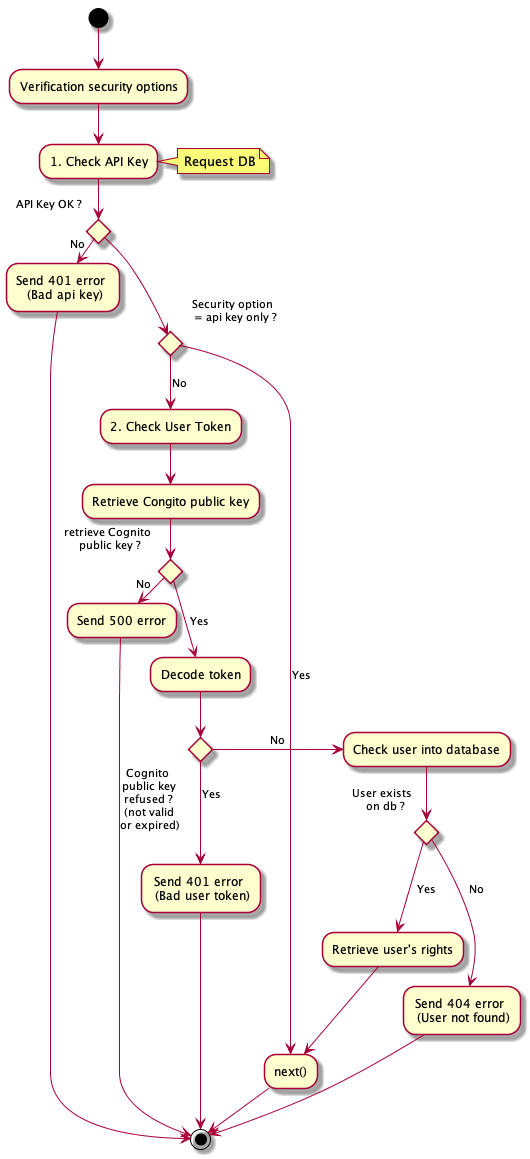
The PlantUML diagram 02.byd-Platform/7.TechnicalDocumentation/auth-guard/activity.png in cogirep/documentation, before a commit. Its diagram source:
```plantuml
@startuml


(*) --> Verification security options
  --> "1. Check API Key"
  note right
    Request DB
  end note

  if "API Key OK ?" then
    ->[No] Send 401 error \n (Bad api key)
    -> (*)
  else

    if "Security option \n = api key only ?" then
      -->[Yes] next()
    else
      -->[No] 2. Check User Token
      --> Retrieve Congito public key

      if "retrieve Cognito \n public key ?" then
        ->[No] Send 500 error
        -> (*)
      else
        -->[Yes] Decode token
        --> if "\nCognito \n public key \n refused ? \n (not valid \n or expired)" then
        -->[Yes] Send 401 error \n (Bad user token)
        -> (*)
      else
        ->[No] Check user into database
        if "User exists \n on db ?" then
          -->[Yes] Retrieve user's rights
          --> next()
          --> (*)
        else
          -->[No] Send 404 error \n (User not found)
          -> (*)
        endif
      endif
      endif


    endif


  endif

@enduml
```
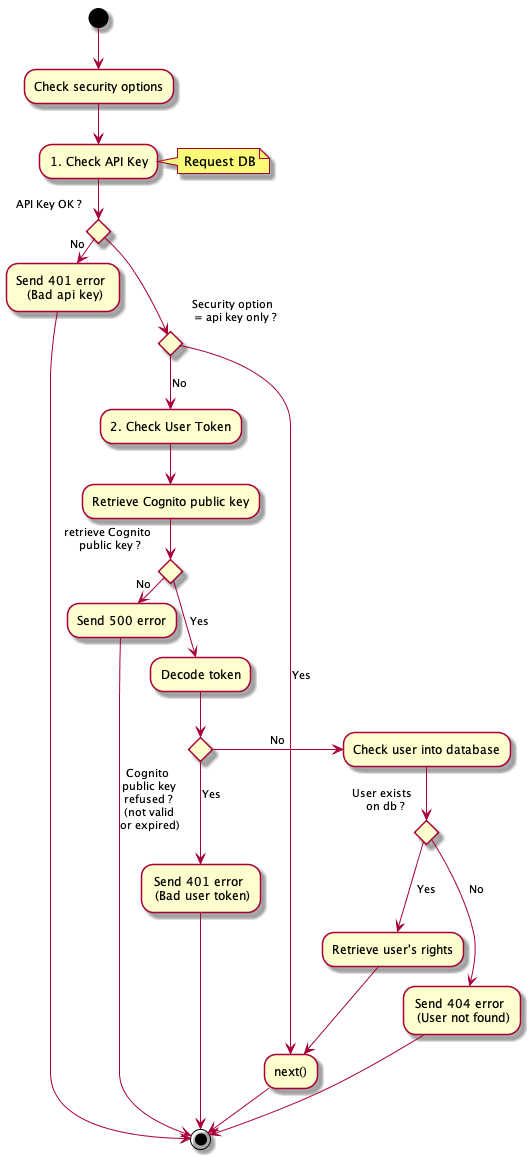
The same file after the commit.

Change to the diagram source:
```diff
@@ -1,7 +1,7 @@
 @startuml
 
 
-(*) --> Verification security options
+(*) --> Check security options
   --> "1. Check API Key"
   note right
     Request DB
@@ -16,7 +16,7 @@
       -->[Yes] next()
     else
       -->[No] 2. Check User Token
-      --> Retrieve Congito public key
+      --> Retrieve Cognito public key
 
       if "retrieve Cognito \n public key ?" then
         ->[No] Send 500 error
```
